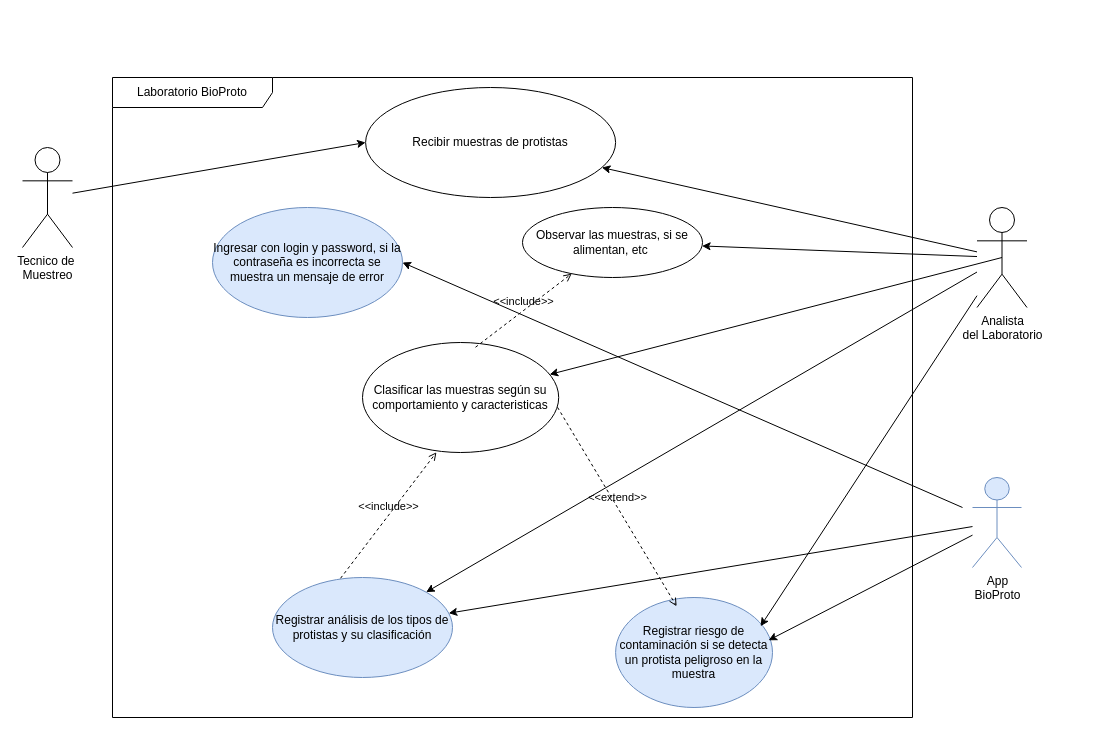
Before: ReinoProtista/design/1UseCase.drawio in mat264/ReinoProtista_G3, a draw.io diagram. Source tidied: cells renumbered, new cells numbered last; positions are measured from the earlier drawing's top-left corner, leaving out a move shared by most shapes. Both pictures are drawn from the tidied source at 100%, with x=0, y=0 at pixel (22, 77).
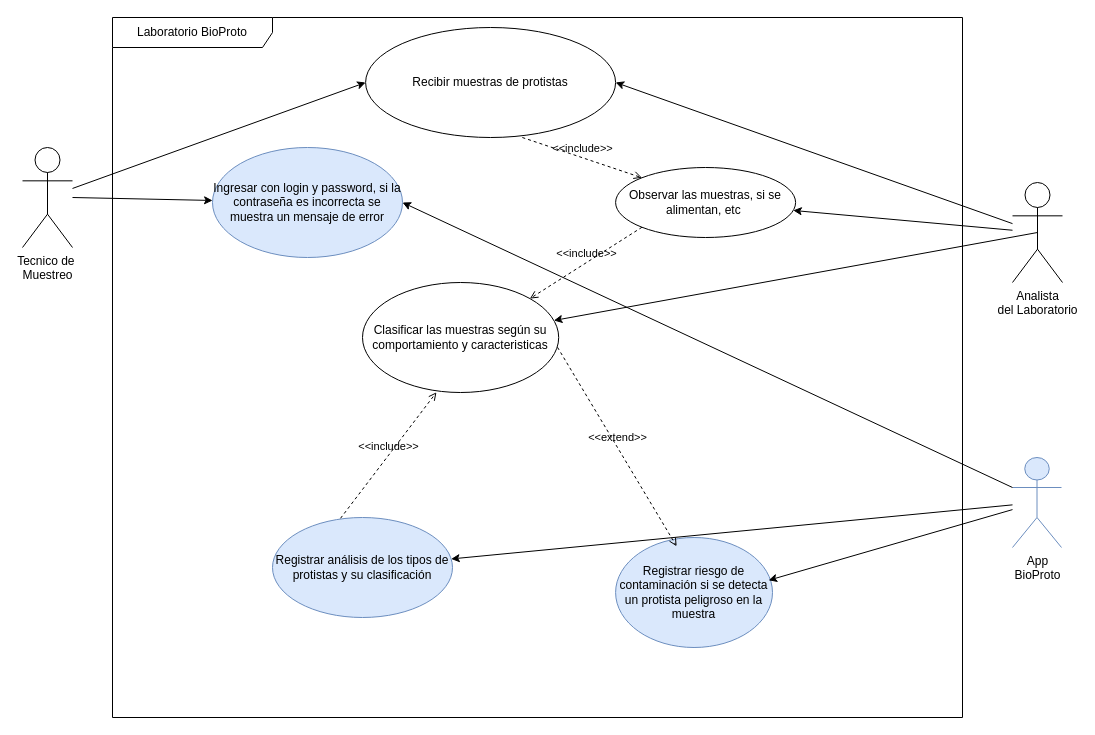
Above is the later version.

Unchanged cells that the change refers to:
```xml
<mxCell id="8" value="Clasificar las muestras según su comportamiento y caracteristicas" style="ellipse;html=1;whiteSpace=wrap;" parent="6" vertex="1">
  <mxGeometry x="250" y="265" width="196.2" height="110" as="geometry" />
</mxCell>
<mxCell id="9" value="Recibir muestras de protistas" style="ellipse;html=1;whiteSpace=wrap;" parent="6" vertex="1">
  <mxGeometry x="253.1" y="10" width="250" height="110" as="geometry" />
</mxCell>
<mxCell id="10" value="Registrar análisis de los tipos de protistas y su clasificación" style="ellipse;html=1;whiteSpace=wrap;fillColor=#dae8fc;strokeColor=#6c8ebf;" parent="6" vertex="1">
  <mxGeometry x="160" y="500" width="180" height="100" as="geometry" />
</mxCell>
<mxCell id="11" value="Registrar riesgo de contaminación si se detecta un protista peligroso en la muestra" style="ellipse;html=1;whiteSpace=wrap;fillColor=#dae8fc;strokeColor=#6c8ebf;" parent="6" vertex="1">
  <mxGeometry x="503.1" y="520" width="156.9" height="110" as="geometry" />
</mxCell>
<mxCell id="15" value="Ingresar con login y password, si la contraseña es incorrecta se muestra un mensaje de error" style="ellipse;html=1;whiteSpace=wrap;fillColor=#dae8fc;strokeColor=#6c8ebf;" parent="6" vertex="1">
  <mxGeometry x="100" y="130" width="190" height="110" as="geometry" />
</mxCell>
```

The edit, as a diff of the source:
```diff
@@
-    <mxCell id="3" style="edgeStyle=none;html=1;" parent="1" edge="1" source="5" target="9">
+    <mxCell id="3" style="edgeStyle=none;html=1;entryX=1;entryY=0.5;entryDx=0;entryDy=0;" parent="1" edge="1" source="5" target="9">
       <mxGeometry relative="1" as="geometry" />
     </mxCell>
@@
     <mxCell id="5" value="&lt;div&gt;Analista&lt;/div&gt;&lt;div&gt;del Laboratorio&lt;/div&gt;" style="shape=umlActor;verticalLabelPosition=bottom;verticalAlign=top;html=1;" parent="1" vertex="1">
-      <mxGeometry x="954.5" y="130" width="50" height="100" as="geometry" />
+      <mxGeometry x="990" y="105" width="50" height="100" as="geometry" />
     </mxCell>
     <mxCell id="6" value="Laboratorio BioProto" style="shape=umlFrame;whiteSpace=wrap;html=1;width=160;" parent="1" vertex="1">
-      <mxGeometry x="90" width="800" height="640" as="geometry" />
+      <mxGeometry x="90" y="-60" width="850" height="700" as="geometry" />
     </mxCell>
     <mxCell id="7" value="Observar las muestras, si se alimentan, etc&amp;nbsp;" style="ellipse;html=1;whiteSpace=wrap;" parent="6" vertex="1">
-      <mxGeometry x="410" y="130" width="180" height="70" as="geometry" />
+      <mxGeometry x="503.1" y="150" width="180" height="70" as="geometry" />
     </mxCell>
@@
-    <mxCell id="14" value="&amp;lt;&amp;lt;include&amp;gt;&amp;gt;" style="html=1;verticalAlign=bottom;labelBackgroundColor=none;endArrow=open;endFill=0;dashed=1;exitX=0.576;exitY=0.043;exitDx=0;exitDy=0;exitPerimeter=0;" parent="6" edge="1" source="8" target="7">
+    <mxCell id="14" value="&amp;lt;&amp;lt;include&amp;gt;&amp;gt;" style="html=1;verticalAlign=bottom;labelBackgroundColor=none;endArrow=open;endFill=0;dashed=1;exitX=0;exitY=1;exitDx=0;exitDy=0;entryX=1;entryY=0;entryDx=0;entryDy=0;" parent="6" edge="1" source="7" target="8">
       <mxGeometry relative="1" as="geometry" />
     </mxCell>
@@
-    <mxCell id="16" style="edgeStyle=none;html=1;entryX=1;entryY=0.5;entryDx=0;entryDy=0;" parent="6" edge="1" target="15">
-      <mxGeometry relative="1" as="geometry">
-        <mxPoint x="850" y="430" as="sourcePoint" />
-      </mxGeometry>
-    </mxCell>
+    <mxCell id="24" value="&amp;lt;&amp;lt;include&amp;gt;&amp;gt;" style="html=1;verticalAlign=bottom;labelBackgroundColor=none;endArrow=open;endFill=0;dashed=1;exitX=0.627;exitY=1;exitDx=0;exitDy=0;exitPerimeter=0;entryX=0;entryY=0;entryDx=0;entryDy=0;" parent="6" edge="1" source="9" target="7">
+      <mxGeometry relative="1" as="geometry" />
+    </mxCell>
@@
     <mxCell id="19" value="App&lt;div&gt;BioProto&lt;/div&gt;" style="shape=umlActor;verticalLabelPosition=bottom;verticalAlign=top;html=1;fillColor=#dae8fc;strokeColor=#6c8ebf;" parent="1" vertex="1">
-      <mxGeometry x="950" y="400" width="49" height="90" as="geometry" />
+      <mxGeometry x="990" y="380" width="49" height="90" as="geometry" />
     </mxCell>
@@
-    <mxCell id="22" style="edgeStyle=none;html=1;entryX=1;entryY=0;entryDx=0;entryDy=0;" parent="1" edge="1" source="5" target="10">
-      <mxGeometry relative="1" as="geometry" />
-    </mxCell>
-    <mxCell id="23" style="edgeStyle=none;html=1;entryX=0.924;entryY=0.261;entryDx=0;entryDy=0;entryPerimeter=0;" parent="1" edge="1" source="5" target="11">
-      <mxGeometry relative="1" as="geometry" />
-    </mxCell>
+    <mxCell id="25" style="edgeStyle=none;html=1;" parent="1" edge="1" target="15">
+      <mxGeometry relative="1" as="geometry">
+        <mxPoint x="50" y="120" as="sourcePoint" />
+      </mxGeometry>
+    </mxCell>
+    <mxCell id="16" style="edgeStyle=none;html=1;entryX=1;entryY=0.5;entryDx=0;entryDy=0;exitX=0;exitY=0.3333333333333333;exitDx=0;exitDy=0;exitPerimeter=0;" parent="1" edge="1" source="19" target="15">
+      <mxGeometry relative="1" as="geometry" />
+    </mxCell>
```
